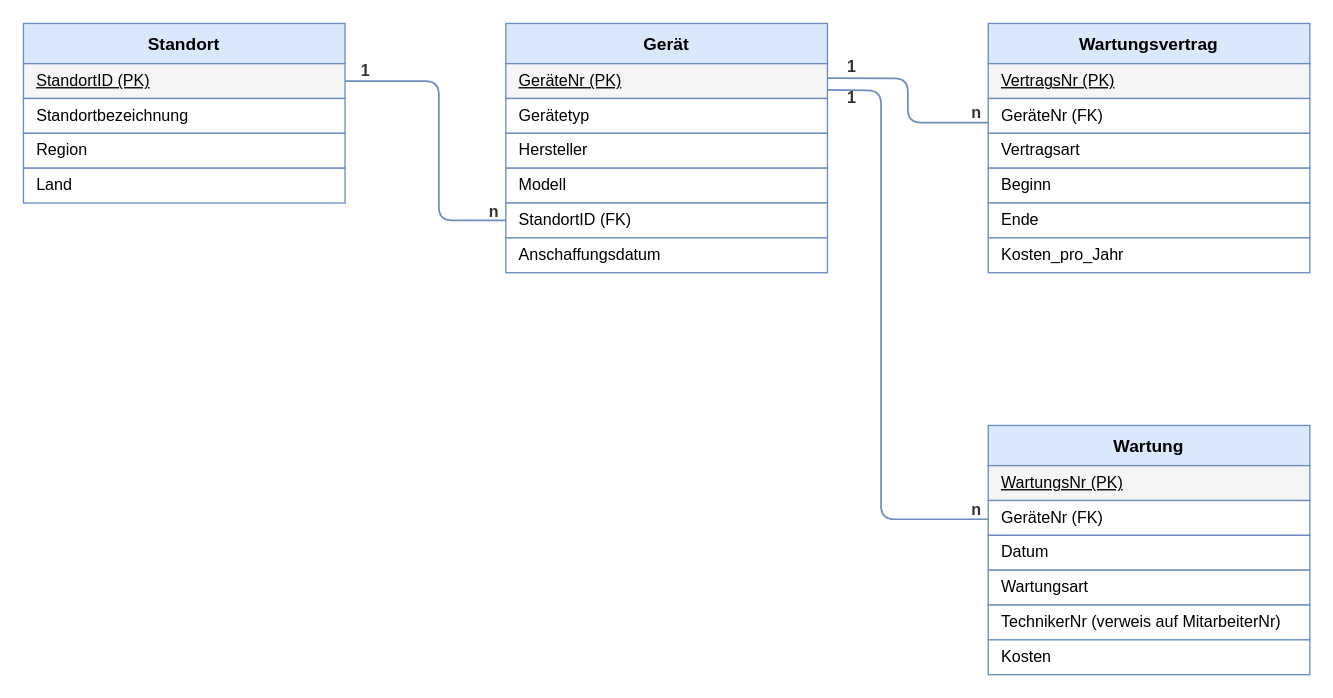
IchbinsTil/DVS keeps this draw.io diagram as page "ERM Quellsystem 2 - Geräteinventar" (2 of 2) of Dokumentation/erm_quellsysteme.drawio. Above is the earlier version. Source tidied: cells renumbered, new cells numbered last; positions are measured from the earlier drawing's top-left corner, leaving out a move shared by most shapes. Both pictures are drawn from the tidied source at 134%, with x=0, y=0 at pixel (23, 23).
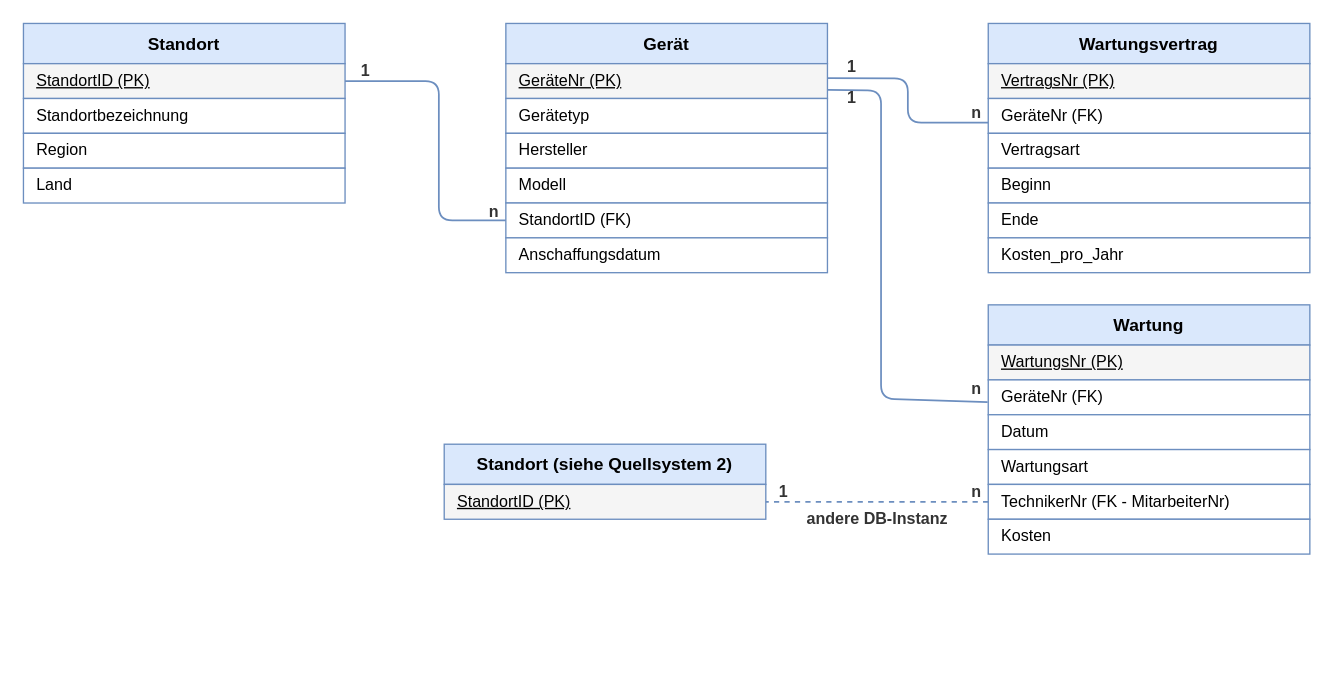
After the change.

The change refers to these unchanged cells:
```xml
<mxCell id="8" value="GeräteNr (PK)" style="rounded=0;whiteSpace=wrap;html=1;fillColor=#f5f5f5;strokeColor=#6c8ebf;fontStyle=4;fontSize=12;align=left;spacingLeft=8;" parent="1" vertex="1">
  <mxGeometry x="360" y="30" width="240" height="26" as="geometry" />
</mxCell>
```

What changed in the source:
```diff
@@
     <mxCell id="21" value="Wartung" style="rounded=0;whiteSpace=wrap;html=1;fillColor=#dae8fc;strokeColor=#6c8ebf;fontStyle=1;fontSize=13;align=center;verticalAlign=middle;" parent="1" vertex="1">
-      <mxGeometry x="720" y="300" width="240" height="30" as="geometry" />
+      <mxGeometry x="720" y="210" width="240" height="30" as="geometry" />
     </mxCell>
     <mxCell id="22" value="WartungsNr (PK)" style="rounded=0;whiteSpace=wrap;html=1;fillColor=#f5f5f5;strokeColor=#6c8ebf;fontStyle=4;fontSize=12;align=left;spacingLeft=8;" parent="1" vertex="1">
-      <mxGeometry x="720" y="330" width="240" height="26" as="geometry" />
+      <mxGeometry x="720" y="240" width="240" height="26" as="geometry" />
     </mxCell>
     <mxCell id="23" value="GeräteNr (FK)" style="rounded=0;whiteSpace=wrap;html=1;fillColor=#ffffff;strokeColor=#6c8ebf;fontSize=12;align=left;spacingLeft=8;" parent="1" vertex="1">
-      <mxGeometry x="720" y="356" width="240" height="26" as="geometry" />
+      <mxGeometry x="720" y="266" width="240" height="26" as="geometry" />
     </mxCell>
     <mxCell id="24" value="Datum" style="rounded=0;whiteSpace=wrap;html=1;fillColor=#ffffff;strokeColor=#6c8ebf;fontSize=12;align=left;spacingLeft=8;" parent="1" vertex="1">
-      <mxGeometry x="720" y="382" width="240" height="26" as="geometry" />
+      <mxGeometry x="720" y="292" width="240" height="26" as="geometry" />
     </mxCell>
     <mxCell id="25" value="Wartungsart" style="rounded=0;whiteSpace=wrap;html=1;fillColor=#ffffff;strokeColor=#6c8ebf;fontSize=12;align=left;spacingLeft=8;" parent="1" vertex="1">
-      <mxGeometry x="720" y="408" width="240" height="26" as="geometry" />
+      <mxGeometry x="720" y="318" width="240" height="26" as="geometry" />
     </mxCell>
-    <mxCell id="26" value="TechnikerNr (verweis auf MitarbeiterNr)" style="rounded=0;whiteSpace=wrap;html=1;fillColor=#ffffff;strokeColor=#6c8ebf;fontSize=12;align=left;spacingLeft=8;" parent="1" vertex="1">
-      <mxGeometry x="720" y="434" width="240" height="26" as="geometry" />
+    <mxCell id="26" value="TechnikerNr (FK - MitarbeiterNr)" style="rounded=0;whiteSpace=wrap;html=1;fillColor=#ffffff;strokeColor=#6c8ebf;fontSize=12;align=left;spacingLeft=8;" parent="1" vertex="1">
+      <mxGeometry x="720" y="344" width="240" height="26" as="geometry" />
     </mxCell>
     <mxCell id="27" value="Kosten" style="rounded=0;whiteSpace=wrap;html=1;fillColor=#ffffff;strokeColor=#6c8ebf;fontSize=12;align=left;spacingLeft=8;" parent="1" vertex="1">
-      <mxGeometry x="720" y="460" width="240" height="26" as="geometry" />
+      <mxGeometry x="720" y="370" width="240" height="26" as="geometry" />
     </mxCell>
@@
-    <mxCell id="33" style="html=1;endArrow=none;startArrow=none;strokeColor=#6c8ebf;strokeWidth=1.3;entryX=0.999;entryY=0.55;entryDx=0;entryDy=0;exitX=1;exitY=0.75;exitDx=0;exitDy=0;entryPerimeter=0;" parent="1" edge="1" source="8">
+    <mxCell id="33" style="html=1;endArrow=none;startArrow=none;strokeColor=#6c8ebf;strokeWidth=1.3;entryX=-0.002;entryY=0.641;entryDx=0;entryDy=0;exitX=1;exitY=0.75;exitDx=0;exitDy=0;entryPerimeter=0;" parent="1" edge="1" source="8" target="23">
       <mxGeometry relative="1" as="geometry">
-        <mxPoint x="720" y="370" as="targetPoint" />
         <Array as="points">
           <mxPoint x="640" y="50" />
-          <mxPoint x="640" y="370" />
+          <mxPoint x="640" y="280" />
         </Array>
       </mxGeometry>
     </mxCell>
@@
     <mxCell id="35" value="n" style="text;html=1;align=center;verticalAlign=middle;fontSize=12;fontStyle=1;fontColor=#333333;" parent="1" vertex="1">
-      <mxGeometry x="698" y="353" width="26" height="20" as="geometry" />
+      <mxGeometry x="698" y="263" width="26" height="20" as="geometry" />
     </mxCell>
@@
+    <mxCell id="37" value="Standort (siehe Quellsystem 2)" style="rounded=0;whiteSpace=wrap;html=1;fillColor=#dae8fc;strokeColor=#6c8ebf;fontStyle=1;fontSize=13;align=center;verticalAlign=middle;" parent="1" vertex="1">
+      <mxGeometry x="314" y="314" width="240" height="30" as="geometry" />
+    </mxCell>
+    <mxCell id="38" value="StandortID (PK)" style="rounded=0;whiteSpace=wrap;html=1;fillColor=#f5f5f5;strokeColor=#6c8ebf;fontStyle=4;fontSize=12;align=left;spacingLeft=8;" parent="1" vertex="1">
+      <mxGeometry x="314" y="344" width="240" height="26" as="geometry" />
+    </mxCell>
+    <mxCell id="39" value="1" style="text;html=1;align=center;verticalAlign=middle;fontSize=12;fontStyle=1;fontColor=#333333;" parent="1" vertex="1">
+      <mxGeometry x="554" y="340" width="26" height="20" as="geometry" />
+    </mxCell>
+    <mxCell id="40" style="html=1;endArrow=none;startArrow=none;strokeColor=#6c8ebf;strokeWidth=1.3;dashed=1;entryX=1;entryY=0.5;entryDx=0;entryDy=0;exitX=0;exitY=0.5;exitDx=0;exitDy=0;" parent="1" edge="1" source="26" target="38">
+      <mxGeometry relative="1" as="geometry" />
+    </mxCell>
+    <mxCell id="41" value="andere DB-Instanz" style="text;html=1;align=center;verticalAlign=middle;fontSize=12;fontStyle=1;fontColor=#333333;" parent="1" vertex="1">
+      <mxGeometry x="567" y="360" width="140" height="20" as="geometry" />
+    </mxCell>
+    <mxCell id="42" value="n" style="text;html=1;align=center;verticalAlign=middle;fontSize=12;fontStyle=1;fontColor=#333333;" parent="1" vertex="1">
+      <mxGeometry x="698" y="340" width="26" height="20" as="geometry" />
+    </mxCell>
```
